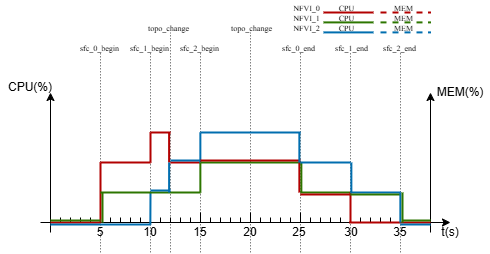
Above: minisfc/simulation_predraw.drawio.png in wangxichn/image_hosting (draw.io), before the change. Source tidied: cells renumbered, new cells last; positions are measured from the earlier drawing's top-left corner, leaving out a move shared by most shapes.
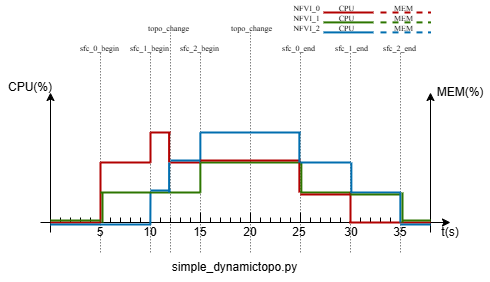
Later version of the same file.

Change to the diagram source:
```diff
@@ -604,5 +604,8 @@
         <mxPoint x="400" y="222" as="targetPoint" />
       </mxGeometry>
     </mxCell>
+    <mxCell id="116" value="&lt;div class=&quot;lake-content&quot;&gt;&lt;span class=&quot;ne-text&quot;&gt;simple_dynamictopo.py&lt;/span&gt;&lt;/div&gt;" style="text;html=1;align=center;verticalAlign=middle;whiteSpace=wrap;rounded=0;" parent="1" vertex="1">
+      <mxGeometry x="159.2" y="250" width="150.8" height="30" as="geometry" />
+    </mxCell>
   </root>
 </mxGraphModel>
```
